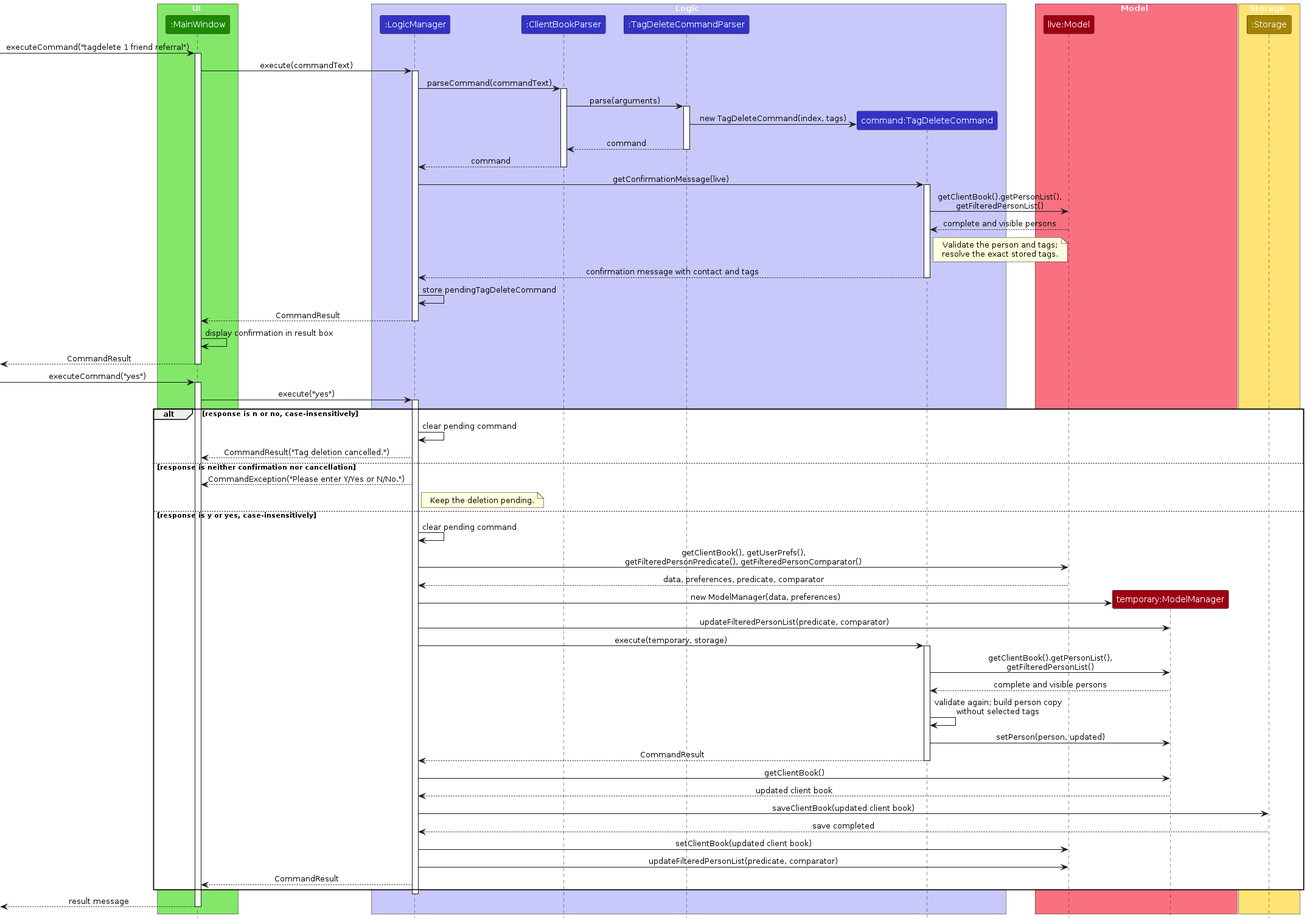
Before: diagrams/TagDeleteSequenceDiagram.png, a diagram exported from PlantUML (AY2627S1-CS2103T-F14a-4/tp). Its source is kept beside it as diagrams/TagDeleteSequenceDiagram.puml.
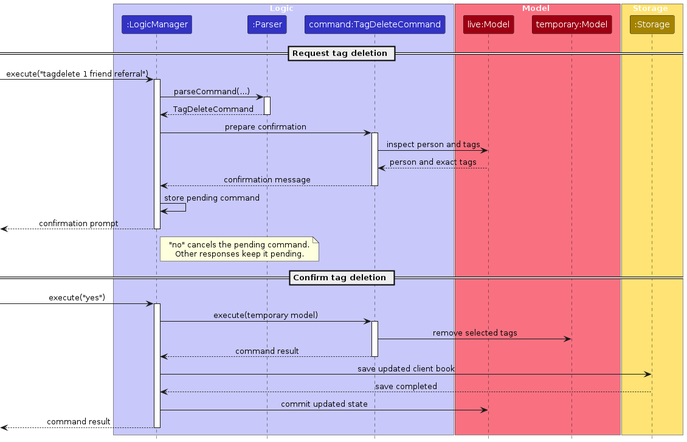
Later version of the same file.

The edit, as a diff of the source:
```diff
@@ -2,89 +2,50 @@
 !include style.puml
 skinparam ArrowFontStyle plain
 
-box UI UI_COLOR_T1
-participant ":MainWindow" as Ui UI_COLOR
-end box
-
 box Logic LOGIC_COLOR_T1
 participant ":LogicManager" as Logic LOGIC_COLOR
-participant ":ClientBookParser" as Parser LOGIC_COLOR
-participant ":TagDeleteCommandParser" as TagDeleteParser LOGIC_COLOR
+participant ":Parser" as Parser LOGIC_COLOR
 participant "command:TagDeleteCommand" as Command LOGIC_COLOR
 end box
 
 box Model MODEL_COLOR_T1
 participant "live:Model" as Live MODEL_COLOR
-participant "temporary:ModelManager" as Temp MODEL_COLOR
+participant "temporary:Model" as Temp MODEL_COLOR
 end box
 
 box Storage STORAGE_COLOR_T1
 participant ":Storage" as Storage STORAGE_COLOR
 end box
 
-[-> Ui : executeCommand("tagdelete 1 friend referral")
-activate Ui
-Ui -> Logic : execute(commandText)
+== Request tag deletion ==
+[-> Logic : execute("tagdelete 1 friend referral")
 activate Logic
-Logic -> Parser : parseCommand(commandText)
+Logic -> Parser : parseCommand(...)
 activate Parser
-Parser -> TagDeleteParser : parse(arguments)
-activate TagDeleteParser
-create Command
-TagDeleteParser -> Command : new TagDeleteCommand(index, tags)
-TagDeleteParser --> Parser : command
-deactivate TagDeleteParser
-Parser --> Logic : command
+Parser --> Logic : TagDeleteCommand
 deactivate Parser
-Logic -> Command : getConfirmationMessage(live)
+Logic -> Command : prepare confirmation
 activate Command
-Command -> Live : getClientBook().getPersonList(),\ngetFilteredPersonList()
-Live --> Command : complete and visible persons
-note right of Command : Validate the person and tags;\nresolve the exact stored tags.
-Command --> Logic : confirmation message with contact and tags
+Command -> Live : inspect person and tags
+Live --> Command : person and exact tags
+Command --> Logic : confirmation message
 deactivate Command
-Logic -> Logic : store pendingTagDeleteCommand
-Logic --> Ui : CommandResult
+Logic -> Logic : store pending command
+[<-- Logic : confirmation prompt
+note right of Logic : "no" cancels the pending command.\nOther responses keep it pending.
 deactivate Logic
-Ui -> Ui : display confirmation in result box
-[<-- Ui : CommandResult
-deactivate Ui
 
-[-> Ui : executeCommand("yes")
-activate Ui
-Ui -> Logic : execute("yes")
+== Confirm tag deletion ==
+[-> Logic : execute("yes")
 activate Logic
-
-alt response is n or no, case-insensitively
-    Logic -> Logic : clear pending command
-    Logic --> Ui : CommandResult("Tag deletion cancelled.")
-else response is neither confirmation nor cancellation
-    Logic --> Ui : CommandException("Please enter Y/Yes or N/No.")
-    note right of Logic : Keep the deletion pending.
-else response is y or yes, case-insensitively
-    Logic -> Logic : clear pending command
-    Logic -> Live : getClientBook(), getUserPrefs(),\ngetFilteredPersonPredicate(), getFilteredPersonComparator()
-    Live --> Logic : data, preferences, predicate, comparator
-    create Temp
-    Logic -> Temp : new ModelManager(data, preferences)
-    Logic -> Temp : updateFilteredPersonList(predicate, comparator)
-    Logic -> Command : execute(temporary, storage)
-    activate Command
-    Command -> Temp : getClientBook().getPersonList(),\ngetFilteredPersonList()
-    Temp --> Command : complete and visible persons
-    Command -> Command : validate again; build person copy\nwithout selected tags
-    Command -> Temp : setPerson(person, updated)
-    Command --> Logic : CommandResult
-    deactivate Command
-    Logic -> Temp : getClientBook()
-    Temp --> Logic : updated client book
-    Logic -> Storage : saveClientBook(updated client book)
-    Storage --> Logic : save completed
-    Logic -> Live : setClientBook(updated client book)
-    Logic -> Live : updateFilteredPersonList(predicate, comparator)
-    Logic --> Ui : CommandResult
-end
+Logic -> Command : execute(temporary model)
+activate Command
+Command -> Temp : remove selected tags
+Command --> Logic : command result
+deactivate Command
+Logic -> Storage : save updated client book
+Storage --> Logic : save completed
+Logic -> Live : commit updated state
+[<-- Logic : command result
 deactivate Logic
-[<-- Ui : result message
-deactivate Ui
 @enduml
```
